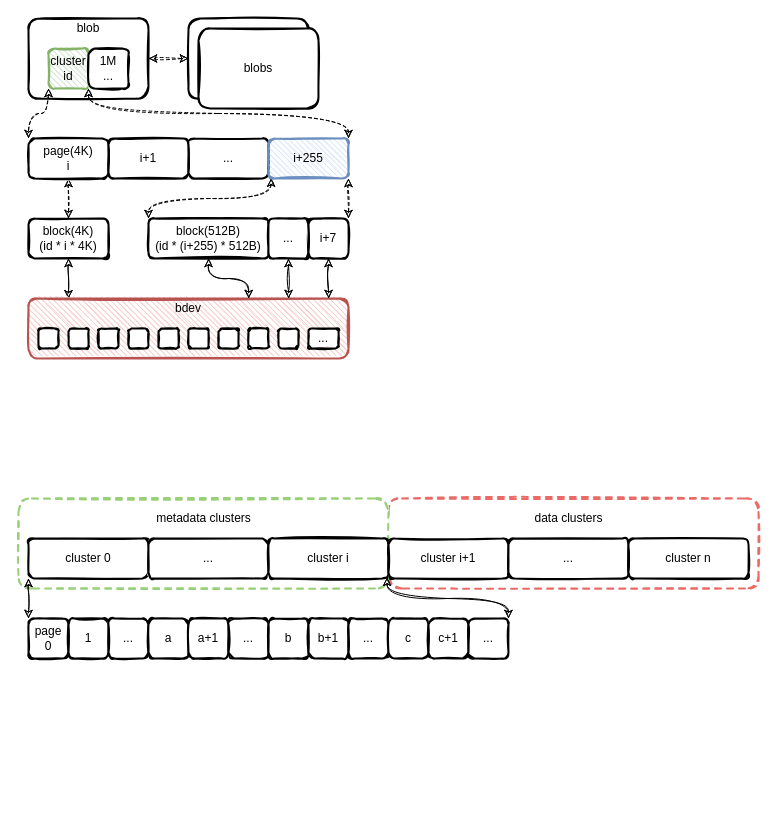
Earlier version of the draw.io diagram page "blobstore" (1 of 3) of spdk/spdk_blobstore.drawio (EarthWind/deeparch). Source tidied: cells renumbered, new cells numbered last; positions are measured from the earlier drawing's top-left corner, leaving out a move shared by most shapes. Both pictures are drawn from the tidied source at 100%, with x=0, y=0 at pixel (18, 18).
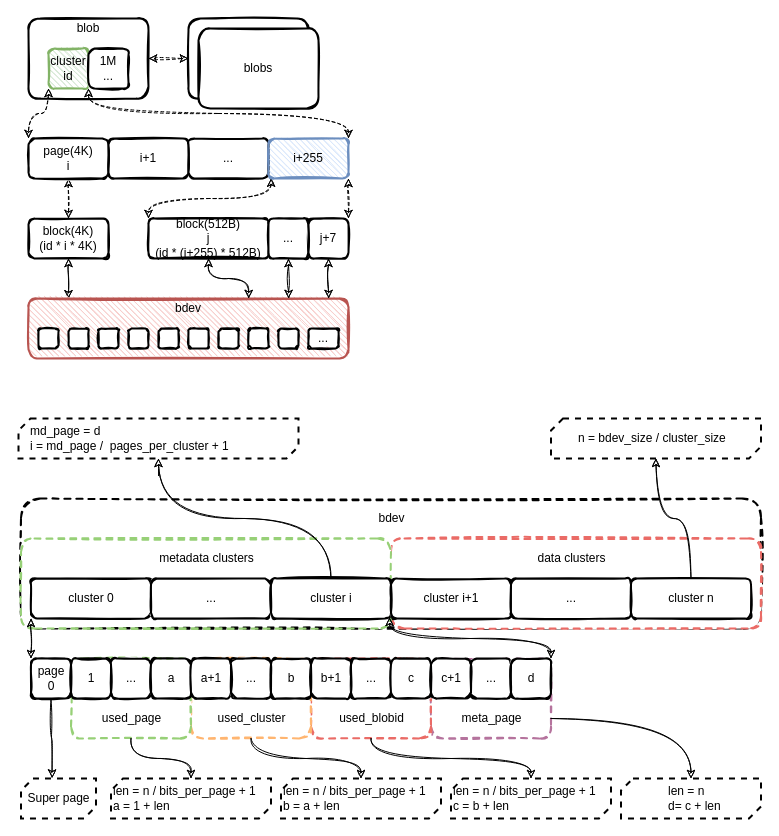
The same diagram, later.

Change to the diagram source:
```diff
@@
-    <mxCell id="2" style="rounded=1;whiteSpace=wrap;html=1;strokeWidth=2;fillWeight=1;hachureGap=4;hachureAngle=45;sketch=1;dashed=1;strokeColor=#EA6B66;" parent="1" vertex="1">
-      <mxGeometry x="370" y="480" width="370" height="90" as="geometry" />
-    </mxCell>
-    <mxCell id="3" style="rounded=1;whiteSpace=wrap;html=1;strokeWidth=2;fillWeight=1;hachureGap=4;hachureAngle=45;sketch=1;dashed=1;strokeColor=#97D077;" parent="1" vertex="1">
-      <mxGeometry y="480" width="370" height="90" as="geometry" />
-    </mxCell>
@@
-    <mxCell id="35" value="block(512B)&lt;br&gt;(id * (i+255) * 512B)" style="rounded=1;whiteSpace=wrap;html=1;strokeWidth=2;fillWeight=4;hachureGap=8;hachureAngle=45;sketch=1;fillColor=#FFFFFF;" parent="1" vertex="1">
+    <mxCell id="35" value="block(512B)&lt;br&gt;j&lt;br&gt;(id * (i+255) * 512B)" style="rounded=1;whiteSpace=wrap;html=1;strokeWidth=2;fillWeight=4;hachureGap=8;hachureAngle=45;sketch=1;fillColor=#FFFFFF;" parent="1" vertex="1">
       <mxGeometry x="130" y="200" width="120" height="40" as="geometry" />
     </mxCell>
@@
-    <mxCell id="39" value="i+7" style="rounded=1;whiteSpace=wrap;html=1;strokeWidth=2;fillWeight=4;hachureGap=8;hachureAngle=45;sketch=1;fillColor=#FFFFFF;" parent="1" vertex="1">
+    <mxCell id="39" value="j+7" style="rounded=1;whiteSpace=wrap;html=1;strokeWidth=2;fillWeight=4;hachureGap=8;hachureAngle=45;sketch=1;fillColor=#FFFFFF;" parent="1" vertex="1">
       <mxGeometry x="290" y="200" width="40" height="40" as="geometry" />
     </mxCell>
+    <mxCell id="62" style="group;" parent="1" vertex="1">
+      <mxGeometry y="400" width="742.5" height="400" as="geometry" />
+    </mxCell>
+    <mxCell id="63" style="rounded=1;whiteSpace=wrap;html=1;strokeWidth=2;fillWeight=1;hachureGap=4;hachureAngle=45;sketch=1;dashed=1;" parent="62" vertex="1">
+      <mxGeometry x="2.5" y="80" width="740" height="130" as="geometry" />
+    </mxCell>
+    <mxCell id="64" style="rounded=1;whiteSpace=wrap;html=1;strokeWidth=2;fillWeight=1;hachureGap=4;hachureAngle=45;sketch=1;dashed=1;strokeColor=#B5739D;" parent="62" vertex="1">
+      <mxGeometry x="412.5" y="240" width="120" height="80" as="geometry" />
+    </mxCell>
+    <mxCell id="65" style="rounded=1;whiteSpace=wrap;html=1;strokeWidth=2;fillWeight=1;hachureGap=4;hachureAngle=45;sketch=1;dashed=1;strokeColor=#EA6B66;" parent="62" vertex="1">
+      <mxGeometry x="292.5" y="240" width="120" height="80" as="geometry" />
+    </mxCell>
+    <mxCell id="66" style="rounded=1;whiteSpace=wrap;html=1;strokeWidth=2;fillWeight=1;hachureGap=4;hachureAngle=45;sketch=1;dashed=1;strokeColor=#FFB570;" parent="62" vertex="1">
+      <mxGeometry x="172.5" y="240" width="120" height="80" as="geometry" />
+    </mxCell>
+    <mxCell id="67" style="rounded=1;whiteSpace=wrap;html=1;strokeWidth=2;fillWeight=1;hachureGap=4;hachureAngle=45;sketch=1;dashed=1;strokeColor=#97D077;" parent="62" vertex="1">
+      <mxGeometry x="52.5" y="240" width="120" height="80" as="geometry" />
+    </mxCell>
+    <mxCell id="2" style="rounded=1;whiteSpace=wrap;html=1;strokeWidth=2;fillWeight=1;hachureGap=4;hachureAngle=45;sketch=1;dashed=1;strokeColor=#EA6B66;" parent="62" vertex="1">
+      <mxGeometry x="372.5" y="120" width="370" height="90" as="geometry" />
+    </mxCell>
+    <mxCell id="3" style="rounded=1;whiteSpace=wrap;html=1;strokeWidth=2;fillWeight=1;hachureGap=4;hachureAngle=45;sketch=1;dashed=1;strokeColor=#97D077;" parent="62" vertex="1">
+      <mxGeometry x="2.5" y="120" width="370" height="90" as="geometry" />
+    </mxCell>
-    <mxCell id="40" value="cluster 0" style="rounded=1;whiteSpace=wrap;html=1;strokeWidth=2;fillWeight=1;hachureGap=4;hachureAngle=45;sketch=1;" parent="1" vertex="1">
-      <mxGeometry x="10" y="520" width="120" height="40" as="geometry" />
+    <mxCell id="40" value="cluster 0" style="rounded=1;whiteSpace=wrap;html=1;strokeWidth=2;fillWeight=1;hachureGap=4;hachureAngle=45;sketch=1;" parent="62" vertex="1">
+      <mxGeometry x="12.5" y="160" width="120" height="40" as="geometry" />
     </mxCell>
-    <mxCell id="41" value="..." style="rounded=1;whiteSpace=wrap;html=1;strokeWidth=2;fillWeight=1;hachureGap=4;hachureAngle=45;sketch=1;" parent="1" vertex="1">
-      <mxGeometry x="130" y="520" width="120" height="40" as="geometry" />
+    <mxCell id="41" value="..." style="rounded=1;whiteSpace=wrap;html=1;strokeWidth=2;fillWeight=1;hachureGap=4;hachureAngle=45;sketch=1;" parent="62" vertex="1">
+      <mxGeometry x="132.5" y="160" width="120" height="40" as="geometry" />
     </mxCell>
-    <mxCell id="42" value="page&lt;br&gt;0" style="rounded=1;whiteSpace=wrap;html=1;strokeWidth=2;fillWeight=1;hachureGap=4;hachureAngle=45;sketch=1;" parent="1" vertex="1">
-      <mxGeometry x="10" y="600" width="40" height="40" as="geometry" />
+    <mxCell id="42" value="page&lt;br&gt;0" style="rounded=1;whiteSpace=wrap;html=1;strokeWidth=2;fillWeight=1;hachureGap=4;hachureAngle=45;sketch=1;" parent="62" vertex="1">
+      <mxGeometry x="12.5" y="240" width="40" height="40" as="geometry" />
     </mxCell>
-    <mxCell id="43" value="cluster i" style="rounded=1;whiteSpace=wrap;html=1;strokeWidth=2;fillWeight=1;hachureGap=4;hachureAngle=45;sketch=1;" parent="1" vertex="1">
-      <mxGeometry x="250" y="520" width="120" height="40" as="geometry" />
+    <mxCell id="43" value="cluster i" style="rounded=1;whiteSpace=wrap;html=1;strokeWidth=2;fillWeight=1;hachureGap=4;hachureAngle=45;sketch=1;" parent="62" vertex="1">
+      <mxGeometry x="252.5" y="160" width="120" height="40" as="geometry" />
     </mxCell>
-    <mxCell id="44" style="edgeStyle=orthogonalEdgeStyle;curved=1;rounded=0;sketch=1;jettySize=auto;html=1;exitX=0.988;exitY=0.972;exitDx=0;exitDy=0;entryX=1;entryY=0;entryDx=0;entryDy=0;startArrow=classic;startFill=1;exitPerimeter=0;" parent="1" edge="1" source="43" target="61">
+    <mxCell id="44" style="edgeStyle=orthogonalEdgeStyle;curved=1;rounded=0;sketch=1;jettySize=auto;html=1;exitX=0.988;exitY=0.972;exitDx=0;exitDy=0;entryX=1;entryY=0;entryDx=0;entryDy=0;startArrow=classic;startFill=1;exitPerimeter=0;" parent="62" edge="1" source="43" target="72">
       <mxGeometry relative="1" as="geometry">
         <Array as="points">
-          <mxPoint x="369" y="580" />
-          <mxPoint x="490" y="580" />
+          <mxPoint x="371.5" y="220" />
+          <mxPoint x="532.5" y="220" />
         </Array>
       </mxGeometry>
     </mxCell>
-    <mxCell id="45" value="cluster i+1" style="rounded=1;whiteSpace=wrap;html=1;strokeWidth=2;fillWeight=1;hachureGap=4;hachureAngle=45;sketch=1;" parent="1" vertex="1">
-      <mxGeometry x="370" y="520" width="120" height="40" as="geometry" />
+    <mxCell id="45" value="cluster i+1" style="rounded=1;whiteSpace=wrap;html=1;strokeWidth=2;fillWeight=1;hachureGap=4;hachureAngle=45;sketch=1;" parent="62" vertex="1">
+      <mxGeometry x="372.5" y="160" width="120" height="40" as="geometry" />
     </mxCell>
-    <mxCell id="46" value="..." style="rounded=1;whiteSpace=wrap;html=1;strokeWidth=2;fillWeight=1;hachureGap=4;hachureAngle=45;sketch=1;" parent="1" vertex="1">
-      <mxGeometry x="490" y="520" width="120" height="40" as="geometry" />
+    <mxCell id="46" value="..." style="rounded=1;whiteSpace=wrap;html=1;strokeWidth=2;fillWeight=1;hachureGap=4;hachureAngle=45;sketch=1;" parent="62" vertex="1">
+      <mxGeometry x="492.5" y="160" width="120" height="40" as="geometry" />
     </mxCell>
-    <mxCell id="47" value="cluster n" style="rounded=1;whiteSpace=wrap;html=1;strokeWidth=2;fillWeight=1;hachureGap=4;hachureAngle=45;sketch=1;" parent="1" vertex="1">
-      <mxGeometry x="610" y="520" width="120" height="40" as="geometry" />
+    <mxCell id="47" value="cluster n" style="rounded=1;whiteSpace=wrap;html=1;strokeWidth=2;fillWeight=1;hachureGap=4;hachureAngle=45;sketch=1;" parent="62" vertex="1">
+      <mxGeometry x="612.5" y="160" width="120" height="40" as="geometry" />
     </mxCell>
-    <mxCell id="48" style="edgeStyle=orthogonalEdgeStyle;curved=1;rounded=0;sketch=1;jettySize=auto;html=1;exitX=0;exitY=1;exitDx=0;exitDy=0;entryX=0;entryY=0;entryDx=0;entryDy=0;startArrow=classic;startFill=1;" parent="1" edge="1" source="40" target="42">
+    <mxCell id="48" style="edgeStyle=orthogonalEdgeStyle;curved=1;rounded=0;sketch=1;jettySize=auto;html=1;exitX=0;exitY=1;exitDx=0;exitDy=0;entryX=0;entryY=0;entryDx=0;entryDy=0;startArrow=classic;startFill=1;" parent="62" edge="1" source="40" target="42">
       <mxGeometry relative="1" as="geometry" />
     </mxCell>
-    <mxCell id="49" value="metadata clusters" style="text;html=1;align=center;verticalAlign=middle;strokeColor=none;" parent="1" vertex="1">
-      <mxGeometry x="130" y="490" width="110" height="20" as="geometry" />
+    <mxCell id="49" value="metadata clusters" style="text;html=1;align=center;verticalAlign=middle;strokeColor=none;" parent="62" vertex="1">
+      <mxGeometry x="132.5" y="130" width="110" height="20" as="geometry" />
     </mxCell>
-    <mxCell id="50" value="data clusters" style="text;html=1;align=center;verticalAlign=middle;strokeColor=none;" parent="1" vertex="1">
-      <mxGeometry x="510" y="490" width="80" height="20" as="geometry" />
+    <mxCell id="50" value="data clusters" style="text;html=1;align=center;verticalAlign=middle;strokeColor=none;" parent="62" vertex="1">
+      <mxGeometry x="512.5" y="130" width="80" height="20" as="geometry" />
     </mxCell>
-    <mxCell id="51" value="1" style="rounded=1;whiteSpace=wrap;html=1;strokeWidth=2;fillWeight=1;hachureGap=4;hachureAngle=45;sketch=1;" parent="1" vertex="1">
-      <mxGeometry x="50" y="600" width="40" height="40" as="geometry" />
+    <mxCell id="51" value="1" style="rounded=1;whiteSpace=wrap;html=1;strokeWidth=2;fillWeight=1;hachureGap=4;hachureAngle=45;sketch=1;" parent="62" vertex="1">
+      <mxGeometry x="52.5" y="240" width="40" height="40" as="geometry" />
     </mxCell>
-    <mxCell id="52" value="..." style="rounded=1;whiteSpace=wrap;html=1;strokeWidth=2;fillWeight=1;hachureGap=4;hachureAngle=45;sketch=1;" parent="1" vertex="1">
-      <mxGeometry x="90" y="600" width="40" height="40" as="geometry" />
+    <mxCell id="52" value="..." style="rounded=1;whiteSpace=wrap;html=1;strokeWidth=2;fillWeight=1;hachureGap=4;hachureAngle=45;sketch=1;" parent="62" vertex="1">
+      <mxGeometry x="92.5" y="240" width="40" height="40" as="geometry" />
     </mxCell>
-    <mxCell id="53" value="a" style="rounded=1;whiteSpace=wrap;html=1;strokeWidth=2;fillWeight=1;hachureGap=4;hachureAngle=45;sketch=1;" parent="1" vertex="1">
-      <mxGeometry x="130" y="600" width="40" height="40" as="geometry" />
+    <mxCell id="53" value="a" style="rounded=1;whiteSpace=wrap;html=1;strokeWidth=2;fillWeight=1;hachureGap=4;hachureAngle=45;sketch=1;" parent="62" vertex="1">
+      <mxGeometry x="132.5" y="240" width="40" height="40" as="geometry" />
     </mxCell>
-    <mxCell id="54" value="a+1" style="rounded=1;whiteSpace=wrap;html=1;strokeWidth=2;fillWeight=1;hachureGap=4;hachureAngle=45;sketch=1;" parent="1" vertex="1">
-      <mxGeometry x="170" y="600" width="40" height="40" as="geometry" />
+    <mxCell id="54" value="a+1" style="rounded=1;whiteSpace=wrap;html=1;strokeWidth=2;fillWeight=1;hachureGap=4;hachureAngle=45;sketch=1;" parent="62" vertex="1">
+      <mxGeometry x="172.5" y="240" width="40" height="40" as="geometry" />
     </mxCell>
-    <mxCell id="55" value="..." style="rounded=1;whiteSpace=wrap;html=1;strokeWidth=2;fillWeight=1;hachureGap=4;hachureAngle=45;sketch=1;" parent="1" vertex="1">
-      <mxGeometry x="210" y="600" width="40" height="40" as="geometry" />
+    <mxCell id="55" value="..." style="rounded=1;whiteSpace=wrap;html=1;strokeWidth=2;fillWeight=1;hachureGap=4;hachureAngle=45;sketch=1;" parent="62" vertex="1">
+      <mxGeometry x="212.5" y="240" width="40" height="40" as="geometry" />
     </mxCell>
-    <mxCell id="56" value="b" style="rounded=1;whiteSpace=wrap;html=1;strokeWidth=2;fillWeight=1;hachureGap=4;hachureAngle=45;sketch=1;" parent="1" vertex="1">
-      <mxGeometry x="250" y="600" width="40" height="40" as="geometry" />
+    <mxCell id="56" value="b" style="rounded=1;whiteSpace=wrap;html=1;strokeWidth=2;fillWeight=1;hachureGap=4;hachureAngle=45;sketch=1;" parent="62" vertex="1">
+      <mxGeometry x="252.5" y="240" width="40" height="40" as="geometry" />
     </mxCell>
-    <mxCell id="57" value="b+1" style="rounded=1;whiteSpace=wrap;html=1;strokeWidth=2;fillWeight=1;hachureGap=4;hachureAngle=45;sketch=1;" parent="1" vertex="1">
-      <mxGeometry x="290" y="600" width="40" height="40" as="geometry" />
+    <mxCell id="57" value="b+1" style="rounded=1;whiteSpace=wrap;html=1;strokeWidth=2;fillWeight=1;hachureGap=4;hachureAngle=45;sketch=1;" parent="62" vertex="1">
+      <mxGeometry x="292.5" y="240" width="40" height="40" as="geometry" />
     </mxCell>
-    <mxCell id="58" value="..." style="rounded=1;whiteSpace=wrap;html=1;strokeWidth=2;fillWeight=1;hachureGap=4;hachureAngle=45;sketch=1;" parent="1" vertex="1">
-      <mxGeometry x="330" y="600" width="40" height="40" as="geometry" />
+    <mxCell id="58" value="..." style="rounded=1;whiteSpace=wrap;html=1;strokeWidth=2;fillWeight=1;hachureGap=4;hachureAngle=45;sketch=1;" parent="62" vertex="1">
+      <mxGeometry x="332.5" y="240" width="40" height="40" as="geometry" />
     </mxCell>
-    <mxCell id="59" value="c" style="rounded=1;whiteSpace=wrap;html=1;strokeWidth=2;fillWeight=1;hachureGap=4;hachureAngle=45;sketch=1;" parent="1" vertex="1">
-      <mxGeometry x="370" y="600" width="40" height="40" as="geometry" />
+    <mxCell id="59" value="c" style="rounded=1;whiteSpace=wrap;html=1;strokeWidth=2;fillWeight=1;hachureGap=4;hachureAngle=45;sketch=1;" parent="62" vertex="1">
+      <mxGeometry x="372.5" y="240" width="40" height="40" as="geometry" />
     </mxCell>
-    <mxCell id="60" value="c+1" style="rounded=1;whiteSpace=wrap;html=1;strokeWidth=2;fillWeight=1;hachureGap=4;hachureAngle=45;sketch=1;" parent="1" vertex="1">
-      <mxGeometry x="410" y="600" width="40" height="40" as="geometry" />
+    <mxCell id="60" value="c+1" style="rounded=1;whiteSpace=wrap;html=1;strokeWidth=2;fillWeight=1;hachureGap=4;hachureAngle=45;sketch=1;" parent="62" vertex="1">
+      <mxGeometry x="412.5" y="240" width="40" height="40" as="geometry" />
     </mxCell>
-    <mxCell id="61" value="..." style="rounded=1;whiteSpace=wrap;html=1;strokeWidth=2;fillWeight=1;hachureGap=4;hachureAngle=45;sketch=1;" parent="1" vertex="1">
-      <mxGeometry x="450" y="600" width="40" height="40" as="geometry" />
+    <mxCell id="61" value="..." style="rounded=1;whiteSpace=wrap;html=1;strokeWidth=2;fillWeight=1;hachureGap=4;hachureAngle=45;sketch=1;" parent="62" vertex="1">
+      <mxGeometry x="452.5" y="240" width="40" height="40" as="geometry" />
     </mxCell>
+    <mxCell id="68" value="used_page" style="text;html=1;align=center;verticalAlign=middle;strokeColor=none;" parent="62" vertex="1">
+      <mxGeometry x="77.5" y="290" width="70" height="20" as="geometry" />
+    </mxCell>
+    <mxCell id="69" value="used_cluster" style="text;html=1;align=center;verticalAlign=middle;strokeColor=none;" parent="62" vertex="1">
+      <mxGeometry x="192.5" y="290" width="80" height="20" as="geometry" />
+    </mxCell>
+    <mxCell id="70" value="used_blobid" style="text;html=1;align=center;verticalAlign=middle;strokeColor=none;" parent="62" vertex="1">
+      <mxGeometry x="312.5" y="290" width="80" height="20" as="geometry" />
+    </mxCell>
+    <mxCell id="71" value="meta_page" style="text;html=1;align=center;verticalAlign=middle;strokeColor=none;" parent="62" vertex="1">
+      <mxGeometry x="432.5" y="290" width="80" height="20" as="geometry" />
+    </mxCell>
+    <mxCell id="72" value="d" style="rounded=1;whiteSpace=wrap;html=1;strokeWidth=2;fillWeight=1;hachureGap=4;hachureAngle=45;sketch=1;" parent="62" vertex="1">
+      <mxGeometry x="492.5" y="240" width="40" height="40" as="geometry" />
+    </mxCell>
+    <mxCell id="73" style="verticalLabelPosition=bottom;verticalAlign=top;html=1;shape=mxgraph.basic.diag_snip_rect;dx=6;dashed=1;fillWeight=1;hachureGap=4;fillColor=#FFFFFF;strokeWidth=2;" parent="62" vertex="1">
+      <mxGeometry x="2.5" y="360" width="75" height="40" as="geometry" />
+    </mxCell>
+    <mxCell id="74" style="edgeStyle=orthogonalEdgeStyle;curved=1;rounded=0;sketch=1;jettySize=auto;html=1;entryX=0.414;entryY=-0.011;entryDx=0;entryDy=0;entryPerimeter=0;startArrow=none;startFill=0;" parent="62" edge="1" source="42" target="73">
+      <mxGeometry relative="1" as="geometry" />
+    </mxCell>
+    <mxCell id="75" value="Super page" style="text;html=1;align=center;verticalAlign=middle;strokeColor=none;" parent="62" vertex="1">
+      <mxGeometry y="370" width="80" height="20" as="geometry" />
+    </mxCell>
+    <mxCell id="76" style="verticalLabelPosition=bottom;verticalAlign=top;html=1;shape=mxgraph.basic.diag_snip_rect;dx=6;dashed=1;fillWeight=1;hachureGap=4;fillColor=#FFFFFF;strokeWidth=2;" parent="62" vertex="1">
+      <mxGeometry x="92.5" y="360" width="160" height="40" as="geometry" />
+    </mxCell>
+    <mxCell id="77" style="edgeStyle=orthogonalEdgeStyle;curved=1;rounded=0;sketch=1;jettySize=auto;html=1;entryX=0.5;entryY=0;entryDx=0;entryDy=0;entryPerimeter=0;startArrow=none;startFill=0;" parent="62" edge="1" source="67" target="76">
+      <mxGeometry relative="1" as="geometry" />
+    </mxCell>
+    <mxCell id="78" value="len = n / bits_per_page + 1&lt;br&gt;a = 1 + len" style="text;html=1;align=left;verticalAlign=middle;strokeColor=none;" parent="62" vertex="1">
+      <mxGeometry x="92.5" y="365" width="160" height="30" as="geometry" />
+    </mxCell>
+    <mxCell id="79" style="verticalLabelPosition=bottom;verticalAlign=top;html=1;shape=mxgraph.basic.diag_snip_rect;dx=6;dashed=1;fillWeight=1;hachureGap=4;fillColor=#FFFFFF;strokeWidth=2;" parent="62" vertex="1">
+      <mxGeometry x="262.5" y="360" width="160" height="40" as="geometry" />
+    </mxCell>
+    <mxCell id="80" style="edgeStyle=orthogonalEdgeStyle;curved=1;rounded=0;sketch=1;jettySize=auto;html=1;entryX=0.5;entryY=0;entryDx=0;entryDy=0;entryPerimeter=0;startArrow=none;startFill=0;" parent="62" edge="1" source="66" target="79">
+      <mxGeometry relative="1" as="geometry" />
+    </mxCell>
+    <mxCell id="81" value="len = n / bits_per_page + 1&lt;br&gt;b = a + len" style="text;html=1;align=left;verticalAlign=middle;strokeColor=none;" parent="62" vertex="1">
+      <mxGeometry x="262.5" y="365" width="160" height="30" as="geometry" />
+    </mxCell>
+    <mxCell id="82" style="verticalLabelPosition=bottom;verticalAlign=top;html=1;shape=mxgraph.basic.diag_snip_rect;dx=6;dashed=1;fillWeight=1;hachureGap=4;fillColor=#FFFFFF;strokeWidth=2;" parent="62" vertex="1">
+      <mxGeometry x="432.5" y="360" width="160" height="40" as="geometry" />
+    </mxCell>
+    <mxCell id="83" style="edgeStyle=orthogonalEdgeStyle;curved=1;rounded=0;sketch=1;jettySize=auto;html=1;entryX=0.5;entryY=0;entryDx=0;entryDy=0;entryPerimeter=0;startArrow=none;startFill=0;exitX=0.5;exitY=1;exitDx=0;exitDy=0;" parent="62" edge="1" source="65" target="82">
+      <mxGeometry relative="1" as="geometry" />
+    </mxCell>
+    <mxCell id="84" value="len = n / bits_per_page + 1&lt;br&gt;c = b + len" style="text;html=1;align=left;verticalAlign=middle;strokeColor=none;" parent="62" vertex="1">
+      <mxGeometry x="432.5" y="365" width="160" height="30" as="geometry" />
+    </mxCell>
+    <mxCell id="85" style="verticalLabelPosition=bottom;verticalAlign=top;html=1;shape=mxgraph.basic.diag_snip_rect;dx=6;dashed=1;fillWeight=1;hachureGap=4;fillColor=#FFFFFF;strokeWidth=2;" parent="62" vertex="1">
+      <mxGeometry x="602.5" y="360" width="140" height="40" as="geometry" />
+    </mxCell>
+    <mxCell id="86" style="edgeStyle=orthogonalEdgeStyle;curved=1;rounded=0;sketch=1;jettySize=auto;html=1;entryX=0.5;entryY=0;entryDx=0;entryDy=0;entryPerimeter=0;startArrow=none;startFill=0;exitX=1;exitY=0.75;exitDx=0;exitDy=0;" parent="62" edge="1" source="64" target="85">
+      <mxGeometry relative="1" as="geometry" />
+    </mxCell>
+    <mxCell id="87" value="len = n&lt;br&gt;d= c + len" style="text;html=1;align=left;verticalAlign=middle;strokeColor=none;" parent="62" vertex="1">
+      <mxGeometry x="647.5" y="365" width="70" height="30" as="geometry" />
+    </mxCell>
+    <mxCell id="88" style="group;" parent="62" vertex="1">
+      <mxGeometry width="280" height="40" as="geometry" />
+    </mxCell>
+    <mxCell id="89" value="i" style="verticalLabelPosition=bottom;verticalAlign=top;html=1;shape=mxgraph.basic.diag_snip_rect;dx=6;dashed=1;fillWeight=1;hachureGap=4;fillColor=#FFFFFF;strokeWidth=2;" parent="88" vertex="1">
+      <mxGeometry width="280" height="40" as="geometry" />
+    </mxCell>
+    <mxCell id="90" value="md_page = d&lt;br&gt;i = md_page /&amp;nbsp; pages_per_cluster + 1" style="text;html=1;align=left;verticalAlign=middle;strokeColor=none;" parent="88" vertex="1">
+      <mxGeometry x="10" y="5" width="210" height="30" as="geometry" />
+    </mxCell>
+    <mxCell id="91" style="edgeStyle=orthogonalEdgeStyle;curved=1;rounded=0;sketch=1;jettySize=auto;html=1;entryX=0.5;entryY=1;entryDx=0;entryDy=0;entryPerimeter=0;startArrow=none;startFill=0;" parent="62" edge="1" source="43" target="89">
+      <mxGeometry relative="1" as="geometry" />
+    </mxCell>
+    <mxCell id="92" style="group;" parent="62" vertex="1">
+      <mxGeometry x="532.5" width="210" height="40" as="geometry" />
+    </mxCell>
+    <mxCell id="93" style="verticalLabelPosition=bottom;verticalAlign=top;html=1;shape=mxgraph.basic.diag_snip_rect;dx=6;dashed=1;fillWeight=1;hachureGap=4;fillColor=#FFFFFF;strokeWidth=2;" parent="92" vertex="1">
+      <mxGeometry width="210" height="40" as="geometry" />
+    </mxCell>
+    <mxCell id="94" value="n = bdev_size / cluster_size" style="text;html=1;align=left;verticalAlign=middle;strokeColor=none;" parent="92" vertex="1">
+      <mxGeometry x="25" y="10" width="160" height="20" as="geometry" />
+    </mxCell>
+    <mxCell id="95" value="bdev" style="text;html=1;align=center;verticalAlign=middle;strokeColor=none;" parent="62" vertex="1">
+      <mxGeometry x="352.5" y="90" width="40" height="20" as="geometry" />
+    </mxCell>
+    <mxCell id="96" style="edgeStyle=orthogonalEdgeStyle;curved=1;rounded=0;sketch=1;jettySize=auto;html=1;entryX=0.5;entryY=1;entryDx=0;entryDy=0;entryPerimeter=0;startArrow=none;startFill=0;" parent="62" edge="1" source="47" target="93">
+      <mxGeometry relative="1" as="geometry" />
+    </mxCell>
```
